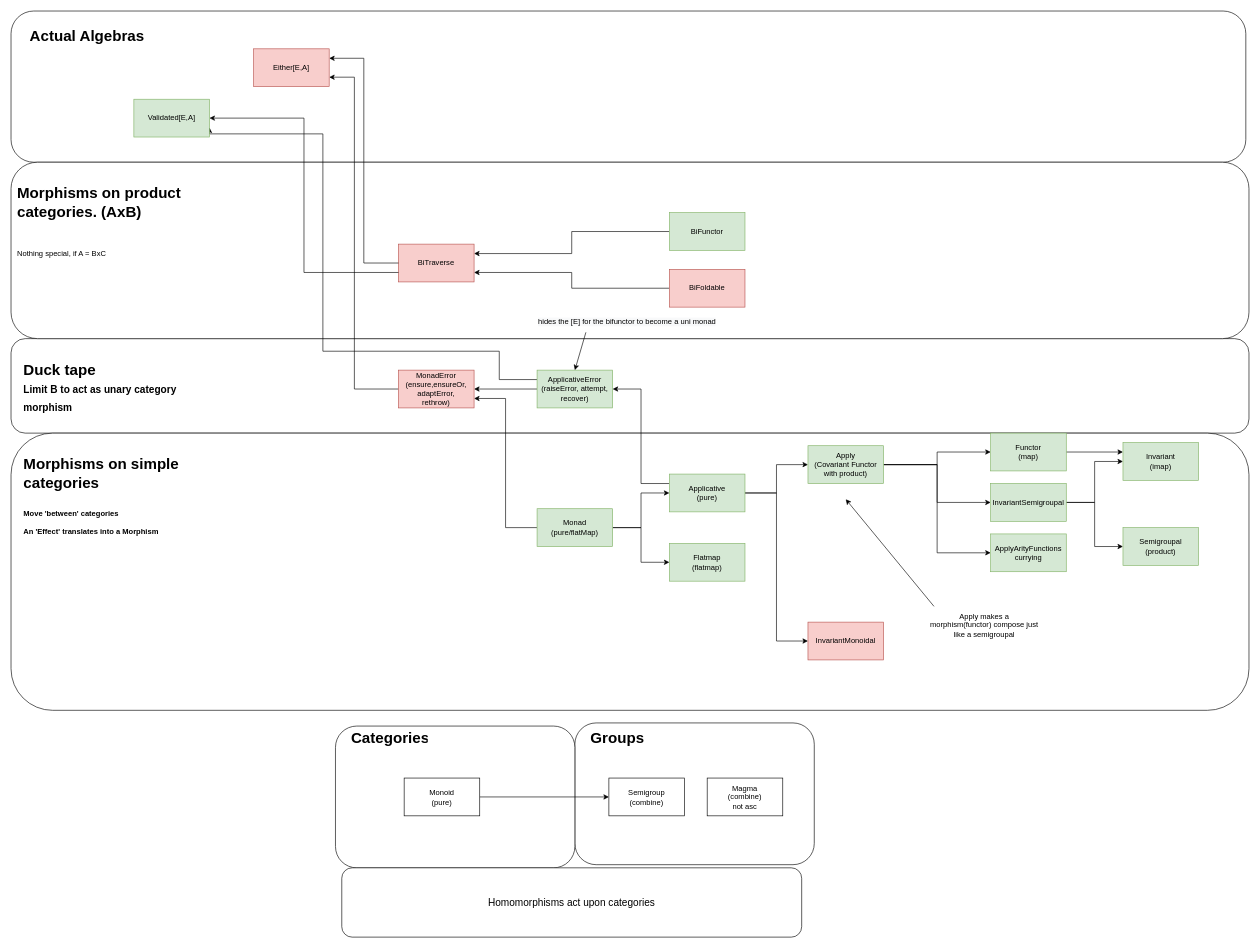
noReasonException/my-cats keeps this draw.io diagram as page "Initial Big Picture" (1 of 2) of diagram.drawio. Above is the earlier version. Source tidied: cells renumbered, new cells numbered last; positions are measured from the earlier drawing's top-left corner, leaving out a move shared by most shapes. Both pictures are drawn from the tidied source at 63%, with x=0, y=0 at pixel (11, 11).
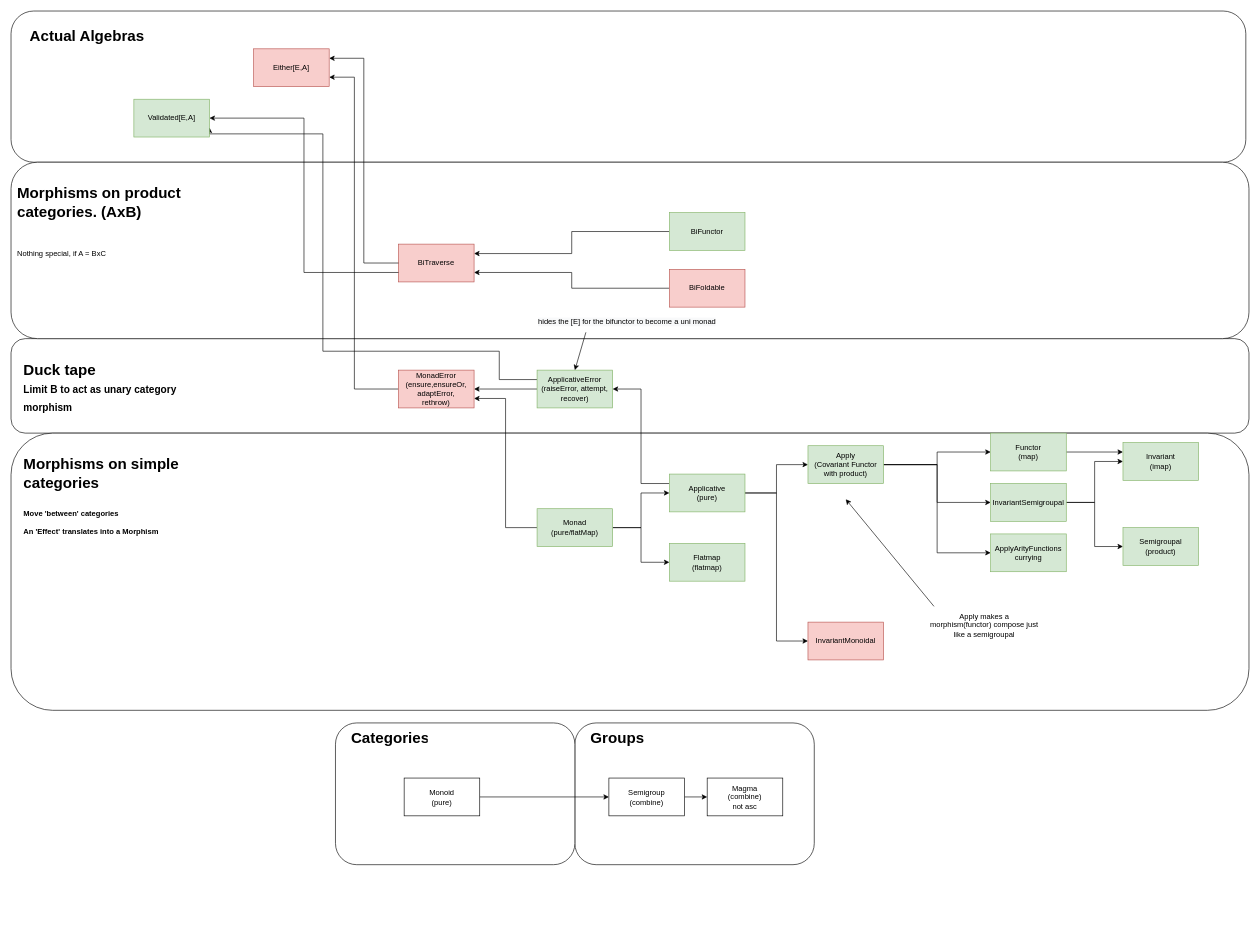
The same page after the edit.

Unchanged cells that the change refers to:
```xml
<mxCell id="21" value="Semigroup&lt;br&gt;(combine)" style="rounded=0;whiteSpace=wrap;html=1;" parent="1" vertex="1">
  <mxGeometry x="949" y="1217.5" width="120" height="60" as="geometry" />
</mxCell>
<mxCell id="37" value="Magma&lt;br&gt;(combine)&lt;br&gt;not asc" style="rounded=0;whiteSpace=wrap;html=1;" parent="1" vertex="1">
  <mxGeometry x="1105" y="1217.5" width="120" height="60" as="geometry" />
</mxCell>
```

What changed in the source:
```diff
@@
     <mxCell id="6" style="rounded=1;whiteSpace=wrap;html=1;fontSize=12;" parent="1" vertex="1">
-      <mxGeometry x="515" y="1135" width="380" height="225" as="geometry" />
+      <mxGeometry x="515" y="1130" width="380" height="225" as="geometry" />
     </mxCell>
@@
+    <mxCell id="59" style="edgeStyle=orthogonalEdgeStyle;rounded=0;jettySize=auto;html=1;exitX=1;exitY=0.5;exitDx=0;exitDy=0;entryX=0;entryY=0.5;entryDx=0;entryDy=0;" parent="1" edge="1" source="21" target="37">
+      <mxGeometry relative="1" as="geometry" />
+    </mxCell>
@@
-    <mxCell id="25" value="&lt;font size=&quot;3&quot;&gt;Homomorphisms act upon categories&lt;/font&gt;" style="rounded=1;whiteSpace=wrap;html=1;fontSize=12;" parent="1" vertex="1">
-      <mxGeometry x="525" y="1360" width="730" height="110" as="geometry" />
-    </mxCell>
```
